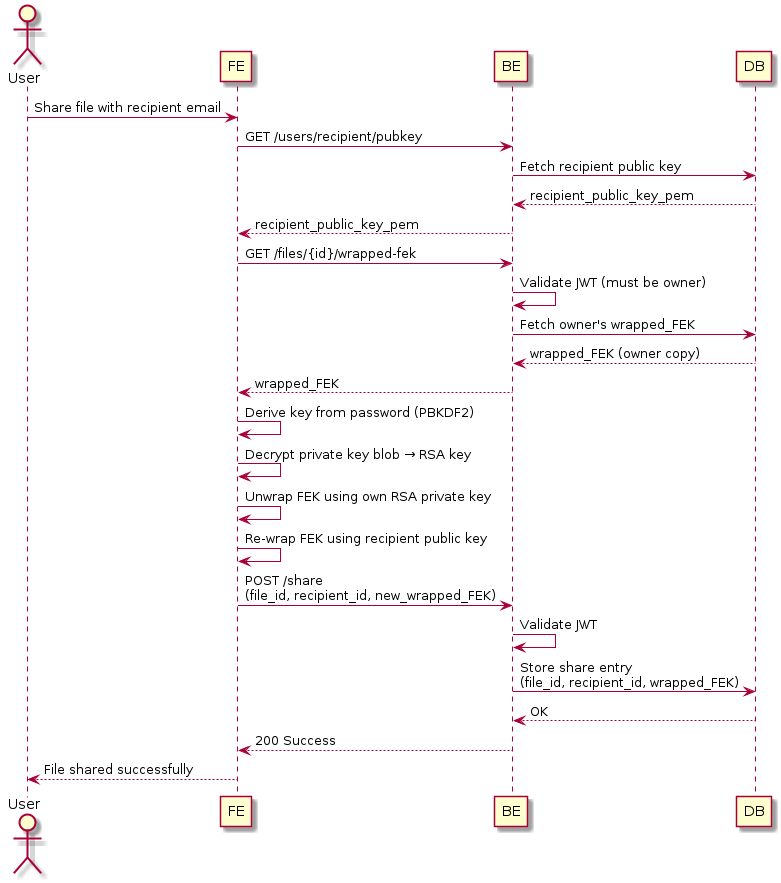
The PlantUML diagram docs/img/us-6-share-file.png in codedsami/SOEN-321-Project, before a commit. Its source is kept beside it as docs/plantuml/us-6-share-file.puml. Its diagram source:
```plantuml
@startuml
actor User
participant FE
participant BE
participant DB

User -> FE : Share file with recipient email

FE -> BE : GET /users/recipient/pubkey
BE -> DB : Fetch recipient public key
DB --> BE : recipient_public_key_pem
BE --> FE : recipient_public_key_pem

FE -> BE : GET /files/{id}/wrapped-fek
BE -> BE : Validate JWT (must be owner)
BE -> DB : Fetch owner's wrapped_FEK
DB --> BE : wrapped_FEK (owner copy)
BE --> FE : wrapped_FEK

FE -> FE : Derive key from password (PBKDF2)
FE -> FE : Decrypt private key blob → RSA key
FE -> FE : Unwrap FEK using own RSA private key
FE -> FE : Re-wrap FEK using recipient public key

FE -> BE : POST /share\n(file_id, recipient_id, new_wrapped_FEK)
BE -> BE : Validate JWT
BE -> DB : Store share entry\n(file_id, recipient_id, wrapped_FEK)
DB --> BE : OK
BE --> FE : 200 Success
FE --> User : File shared successfully
@enduml
```
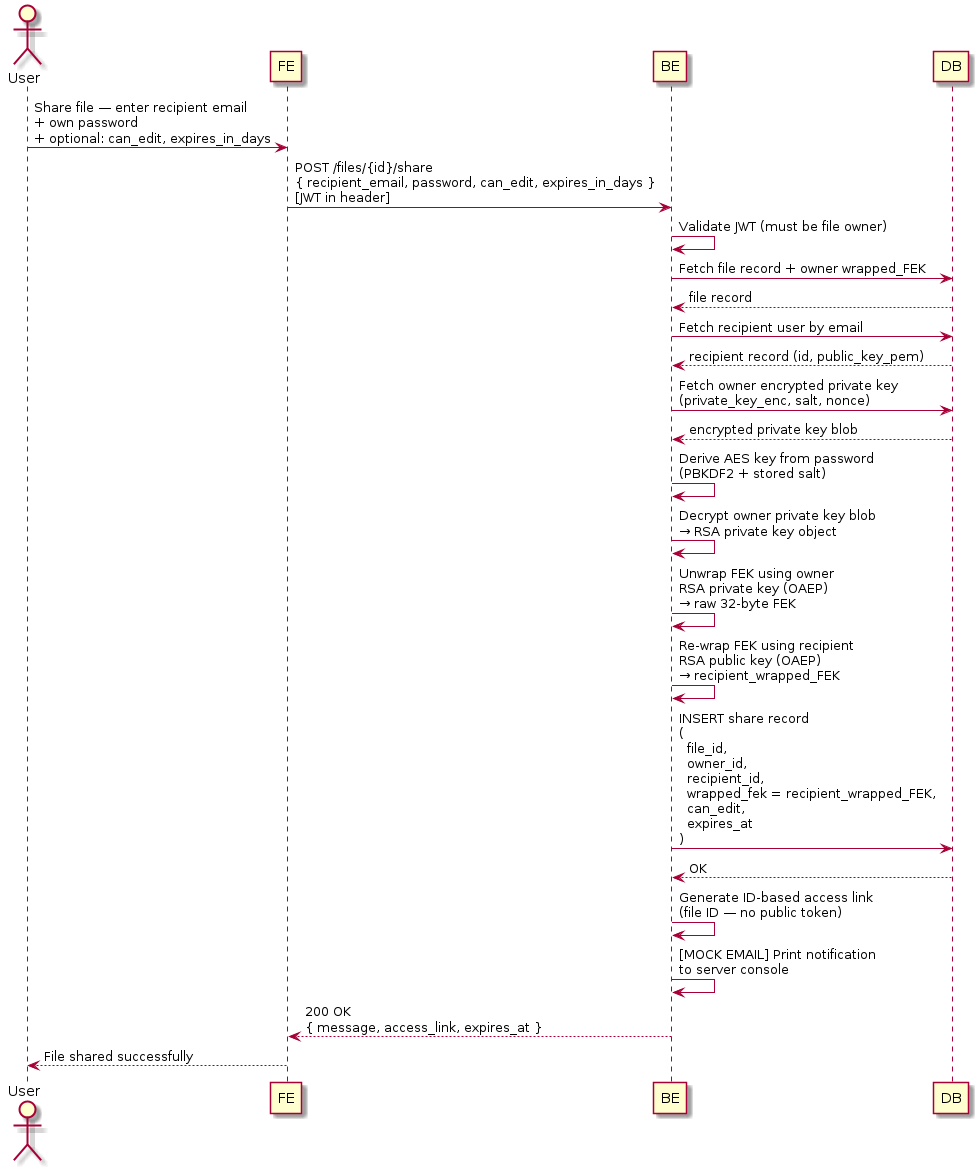
After the commit.

Diff of the diagram source:
```diff
@@ -4,28 +4,34 @@
 participant BE
 participant DB
 
-User -> FE : Share file with recipient email
+User -> FE : Share file — enter recipient email\n+ own password\n+ optional: can_edit, expires_in_days
 
-FE -> BE : GET /users/recipient/pubkey
-BE -> DB : Fetch recipient public key
-DB --> BE : recipient_public_key_pem
-BE --> FE : recipient_public_key_pem
+FE -> BE : POST /files/{id}/share\n{ recipient_email, password, can_edit, expires_in_days }\n[JWT in header]
 
-FE -> BE : GET /files/{id}/wrapped-fek
-BE -> BE : Validate JWT (must be owner)
-BE -> DB : Fetch owner's wrapped_FEK
-DB --> BE : wrapped_FEK (owner copy)
-BE --> FE : wrapped_FEK
+BE -> BE : Validate JWT (must be file owner)
 
-FE -> FE : Derive key from password (PBKDF2)
-FE -> FE : Decrypt private key blob → RSA key
-FE -> FE : Unwrap FEK using own RSA private key
-FE -> FE : Re-wrap FEK using recipient public key
+BE -> DB : Fetch file record + owner wrapped_FEK
+DB --> BE : file record
 
-FE -> BE : POST /share\n(file_id, recipient_id, new_wrapped_FEK)
-BE -> BE : Validate JWT
-BE -> DB : Store share entry\n(file_id, recipient_id, wrapped_FEK)
+BE -> DB : Fetch recipient user by email
+DB --> BE : recipient record (id, public_key_pem)
+
+BE -> DB : Fetch owner encrypted private key\n(private_key_enc, salt, nonce)
+DB --> BE : encrypted private key blob
+
+BE -> BE : Derive AES key from password\n(PBKDF2 + stored salt)
+BE -> BE : Decrypt owner private key blob\n→ RSA private key object
+
+BE -> BE : Unwrap FEK using owner\nRSA private key (OAEP)\n→ raw 32-byte FEK
+
+BE -> BE : Re-wrap FEK using recipient\nRSA public key (OAEP)\n→ recipient_wrapped_FEK
+
+BE -> DB : INSERT share record\n(\n  file_id,\n  owner_id,\n  recipient_id,\n  wrapped_fek = recipient_wrapped_FEK,\n  can_edit,\n  expires_at\n)
 DB --> BE : OK
-BE --> FE : 200 Success
+
+BE -> BE : Generate ID-based access link\n(file ID — no public token)
+BE -> BE : [MOCK EMAIL] Print notification\nto server console
+
+BE --> FE : 200 OK\n{ message, access_link, expires_at }
 FE --> User : File shared successfully
 @enduml
```
